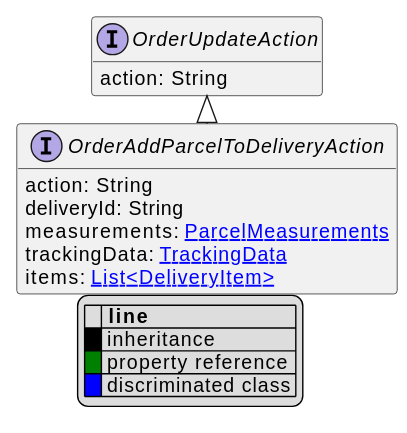
Earlier version of the PlantUML export uml/api/svg/OrderAddParcelToDeliveryAction.svg (commercetools/commercetools-api-reference).
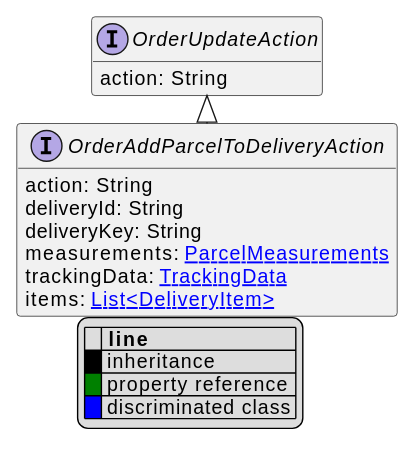
The same diagram one commit later.

What changed in the source:
```diff
@@ -11,6 +11,7 @@
 interface OrderAddParcelToDeliveryAction [[OrderAddParcelToDeliveryAction.svg]] extends OrderUpdateAction {
     action: String
     deliveryId: String
+    deliveryKey: String
     measurements: [[ParcelMeasurements.svg ParcelMeasurements]]
     trackingData: [[TrackingData.svg TrackingData]]
     items: [[DeliveryItem.svg List<DeliveryItem>]]
```
